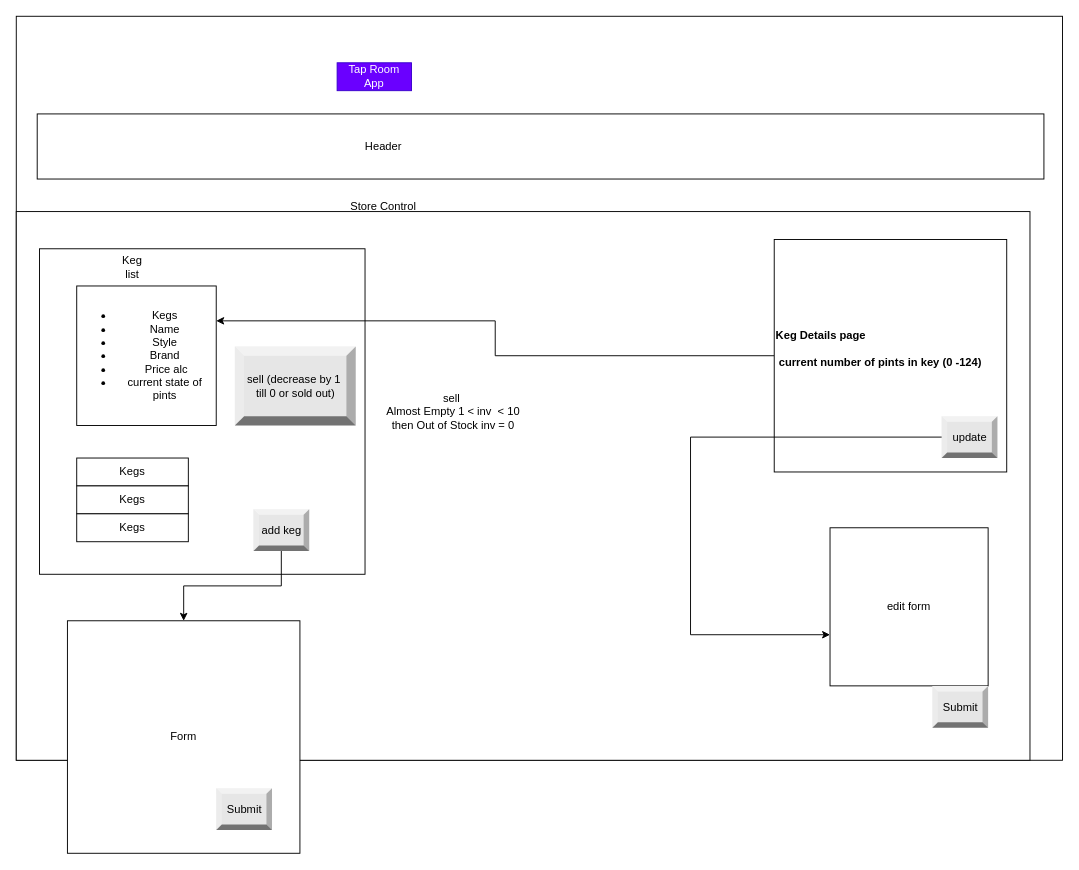
This is TapRoom Diagram.drawio from murphynd/TapRoom, a draw.io file, before an edit. Source tidied: cells renumbered, new cells numbered last; positions are measured from the earlier drawing's top-left corner, leaving out a move shared by most shapes. Both pictures are drawn from the tidied source at 93%, with x=0, y=0 at pixel (16, 16).
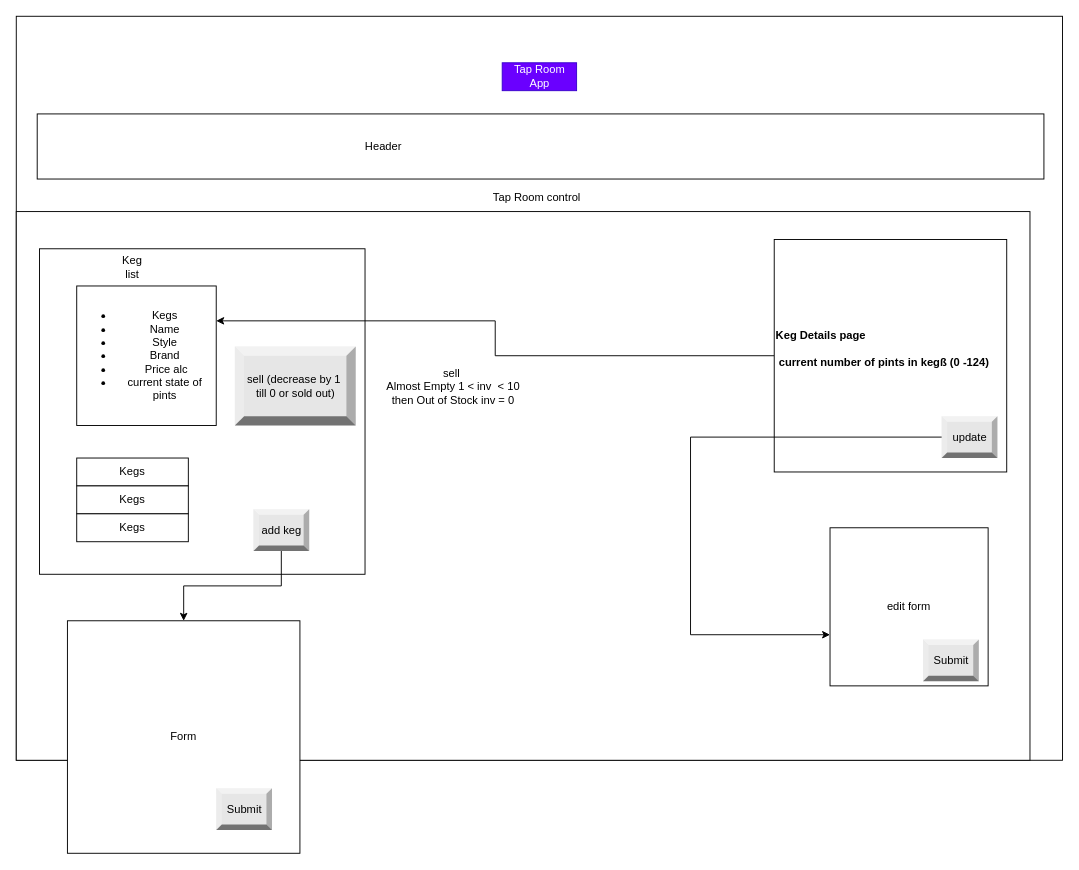
The same page after the edit.

What changed in the source:
```diff
@@
-    <mxCell id="8" value="&lt;b&gt;Keg Details page&lt;br&gt;&lt;br&gt;&amp;nbsp;current number of pints in key (0 -124)&lt;br&gt;&lt;br&gt;&lt;/b&gt;" style="whiteSpace=wrap;html=1;align=left;" parent="1" vertex="1">
+    <mxCell id="8" value="&lt;b&gt;Keg Details page&lt;br&gt;&lt;br&gt;&amp;nbsp;current number of pints in kegß (0 -124)&lt;br&gt;&lt;br&gt;&lt;/b&gt;" style="whiteSpace=wrap;html=1;align=left;" parent="1" vertex="1">
       <mxGeometry x="815" y="240" width="250" height="250" as="geometry" />
     </mxCell>
-    <mxCell id="9" value="Store Control" style="text;html=1;strokeColor=none;fillColor=none;align=center;verticalAlign=middle;whiteSpace=wrap;rounded=0;" parent="1" vertex="1">
-      <mxGeometry x="330" y="200" width="130" height="10" as="geometry" />
+    <mxCell id="9" value="Tap Room control" style="text;html=1;strokeColor=none;fillColor=none;align=center;verticalAlign=middle;whiteSpace=wrap;rounded=0;" parent="1" vertex="1">
+      <mxGeometry x="495" y="190" width="130" height="10" as="geometry" />
     </mxCell>
     <mxCell id="10" value="Tap Room App" style="text;html=1;strokeColor=#3700CC;fillColor=#6a00ff;align=center;verticalAlign=middle;whiteSpace=wrap;rounded=0;fontColor=#ffffff;" parent="1" vertex="1">
-      <mxGeometry x="345" y="50" width="80" height="30" as="geometry" />
+      <mxGeometry x="522.5" y="50" width="80" height="30" as="geometry" />
     </mxCell>
@@
     <mxCell id="21" value="&lt;font color=&quot;#000000&quot;&gt;Submit&lt;/font&gt;" style="labelPosition=center;verticalLabelPosition=middle;align=center;html=1;shape=mxgraph.basic.shaded_button;dx=6;fillColor=#E6E6E6;strokeColor=none;" parent="1" vertex="1">
-      <mxGeometry x="985" y="720" width="60" height="45" as="geometry" />
+      <mxGeometry x="975" y="670" width="60" height="45" as="geometry" />
     </mxCell>
@@
     <mxCell id="25" value="sell&amp;nbsp;&lt;br&gt;Almost Empty 1 &amp;lt; inv&amp;nbsp; &amp;lt; 10&lt;br&gt;then Out of Stock inv = 0" style="text;html=1;strokeColor=none;fillColor=none;align=center;verticalAlign=middle;whiteSpace=wrap;rounded=0;" parent="1" vertex="1">
-      <mxGeometry x="385" y="360" width="170" height="130" as="geometry" />
+      <mxGeometry x="385" y="332.5" width="170" height="130" as="geometry" />
     </mxCell>
```
